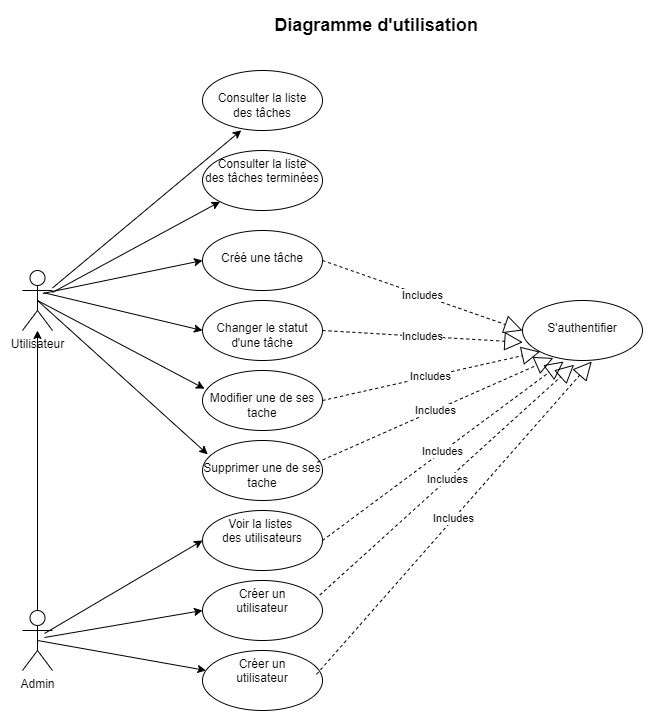
Above: diagrammes/ToDo_List_Cas_Utilisation.drawio.png in gnut06300/P7_ToDo_Co (draw.io), before the change. Source tidied: cells renumbered, new cells last; positions are measured from the earlier drawing's top-left corner, leaving out a move shared by most shapes.
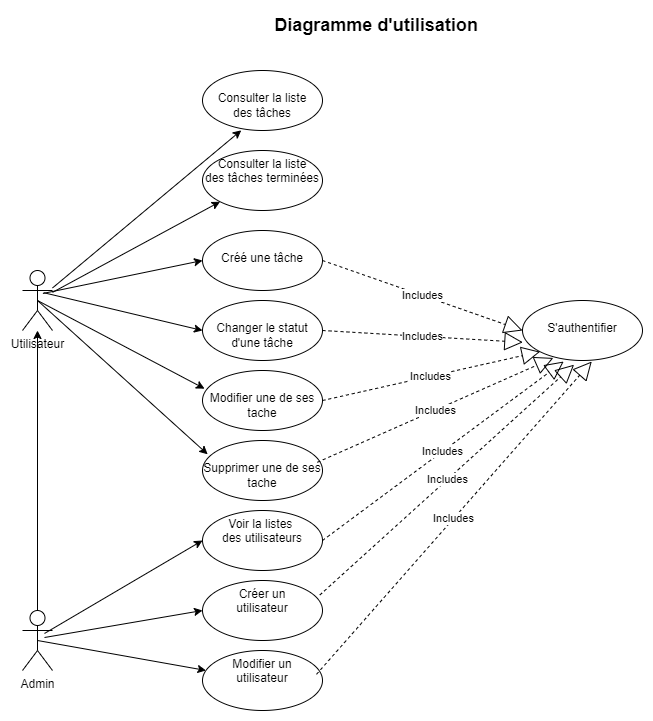
Later version of the same file.

Change to the diagram source:
```diff
@@ -80,7 +80,7 @@
     <mxCell id="27" value="Includes" style="endArrow=block;endSize=16;endFill=0;html=1;rounded=0;dashed=1;exitX=0.977;exitY=0.243;exitDx=0;exitDy=0;entryX=0.43;entryY=1.07;entryDx=0;entryDy=0;entryPerimeter=0;exitPerimeter=0;" parent="1" edge="1" source="25" target="9">
       <mxGeometry relative="1" as="geometry" />
     </mxCell>
-    <mxCell id="28" value="Créer un&lt;br&gt;utilisateur" style="ellipse;whiteSpace=wrap;html=1;verticalAlign=top;" parent="1" vertex="1">
+    <mxCell id="28" value="Modifier un&lt;br&gt;utilisateur" style="ellipse;whiteSpace=wrap;html=1;verticalAlign=top;" parent="1" vertex="1">
       <mxGeometry x="180" y="640" width="120" height="60" as="geometry" />
     </mxCell>
     <mxCell id="29" style="edgeStyle=none;rounded=0;jettySize=auto;html=1;startArrow=none;startFill=0;exitX=0.5;exitY=0.5;exitDx=0;exitDy=0;exitPerimeter=0;" parent="1" edge="1" source="3" target="28">
```
